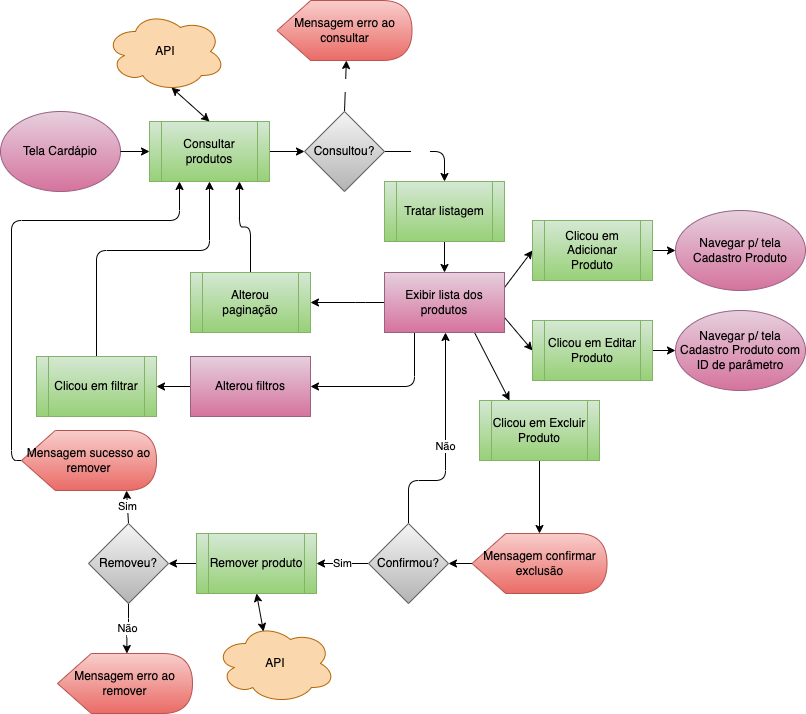
Earlier version of the draw.io export docs/fluxo-tela-gestor/produtos.png (ICEI-PUC-Minas-PMV-ADS/1999-burguer). Source tidied: cells renumbered, new cells last; positions are measured from the earlier drawing's top-left corner, leaving out a move shared by most shapes.
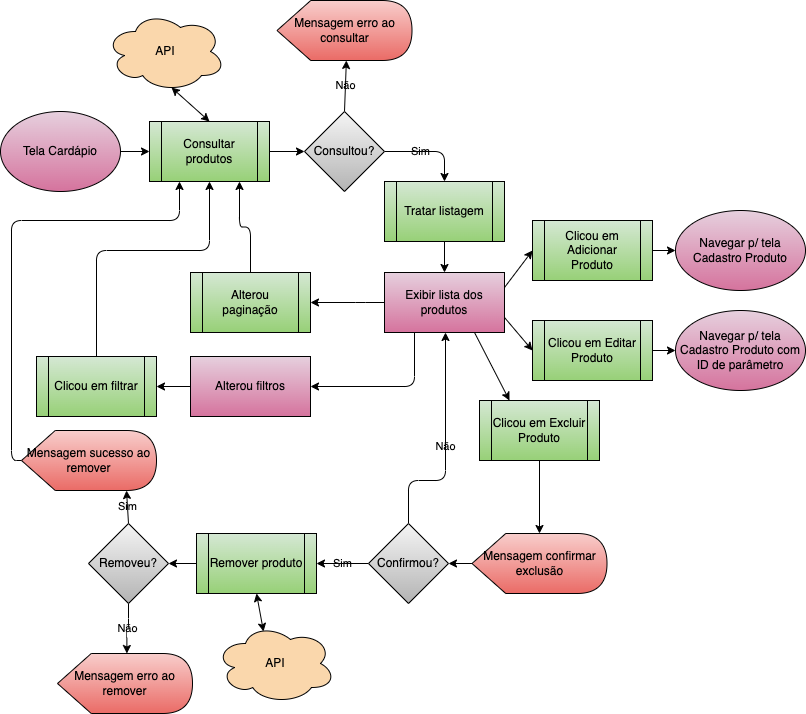
The same diagram one commit later.

Change to the diagram source:
```diff
@@ -1,2 +1,2 @@
-<mxGraphModel>
+<mxGraphModel background="#ffffff">
   <root>
@@ -4,36 +4,36 @@
     <mxCell id="1" parent="0" />
-    <mxCell id="2" value="Tela Cardápio" style="ellipse;whiteSpace=wrap;html=1;fillColor=#e6d0de;strokeColor=#996185;fontStyle=0;gradientColor=#d5739d;fontColor=#000000;" parent="1" vertex="1">
+    <mxCell id="2" value="Tela Cardápio" style="ellipse;whiteSpace=wrap;html=1;fillColor=#e6d0de;strokeColor=#000000;fontStyle=0;gradientColor=#d5739d;fontColor=#000000;" parent="1" vertex="1">
       <mxGeometry y="111" width="120" height="80" as="geometry" />
     </mxCell>
-    <mxCell id="3" style="edgeStyle=none;html=1;exitX=1;exitY=0.5;exitDx=0;exitDy=0;entryX=0;entryY=0.5;entryDx=0;entryDy=0;fontColor=#000000;" parent="1" edge="1" source="2" target="5">
+    <mxCell id="3" style="edgeStyle=none;html=1;exitX=1;exitY=0.5;exitDx=0;exitDy=0;entryX=0;entryY=0.5;entryDx=0;entryDy=0;fontColor=#000000;strokeColor=#000000;" parent="1" edge="1" source="2" target="5">
       <mxGeometry relative="1" as="geometry" />
     </mxCell>
-    <mxCell id="4" style="edgeStyle=none;html=1;entryX=0;entryY=0.5;entryDx=0;entryDy=0;fontColor=#000000;" parent="1" edge="1" source="5" target="8">
+    <mxCell id="4" style="edgeStyle=none;html=1;entryX=0;entryY=0.5;entryDx=0;entryDy=0;fontColor=#000000;strokeColor=#000000;" parent="1" edge="1" source="5" target="8">
       <mxGeometry relative="1" as="geometry" />
     </mxCell>
-    <mxCell id="5" value="Consultar produtos" style="shape=process;whiteSpace=wrap;html=1;backgroundOutline=1;fillColor=#d5e8d4;gradientColor=#97d077;strokeColor=#82b366;fontColor=#000000;" parent="1" vertex="1">
+    <mxCell id="5" value="Consultar produtos" style="shape=process;whiteSpace=wrap;html=1;backgroundOutline=1;fillColor=#d5e8d4;gradientColor=#97d077;strokeColor=#000000;fontColor=#000000;" parent="1" vertex="1">
       <mxGeometry x="149" y="121" width="120" height="60" as="geometry" />
     </mxCell>
-    <mxCell id="6" value="Sim" style="edgeStyle=orthogonalEdgeStyle;html=1;exitX=1;exitY=0.5;exitDx=0;exitDy=0;fontColor=#FFFFFF;entryX=0.5;entryY=0;entryDx=0;entryDy=0;" parent="1" edge="1" source="8" target="11">
+    <mxCell id="6" value="Sim" style="edgeStyle=orthogonalEdgeStyle;html=1;exitX=1;exitY=0.5;exitDx=0;exitDy=0;fontColor=#000000;entryX=0.5;entryY=0;entryDx=0;entryDy=0;strokeColor=#000000;labelBackgroundColor=none;" parent="1" edge="1" source="8" target="11">
       <mxGeometry x="-0.2" relative="1" as="geometry" />
     </mxCell>
-    <mxCell id="7" value="Não" style="edgeStyle=none;html=1;fontColor=#FFFFFF;exitX=0.5;exitY=0;exitDx=0;exitDy=0;entryX=0;entryY=0;entryDx=69.375;entryDy=60;entryPerimeter=0;" parent="1" edge="1" source="8" target="9">
+    <mxCell id="7" value="Não" style="edgeStyle=none;html=1;fontColor=#000000;exitX=0.5;exitY=0;exitDx=0;exitDy=0;entryX=0;entryY=0;entryDx=69.375;entryDy=60;entryPerimeter=0;strokeColor=#000000;labelBackgroundColor=none;" parent="1" edge="1" source="8" target="9">
       <mxGeometry relative="1" as="geometry" />
     </mxCell>
-    <mxCell id="8" value="Consultou?" style="rhombus;whiteSpace=wrap;html=1;fillColor=#f5f5f5;gradientColor=#b3b3b3;strokeColor=#666666;fontColor=#000000;" parent="1" vertex="1">
+    <mxCell id="8" value="Consultou?" style="rhombus;whiteSpace=wrap;html=1;fillColor=#f5f5f5;gradientColor=#b3b3b3;strokeColor=#000000;fontColor=#000000;" parent="1" vertex="1">
       <mxGeometry x="304" y="111" width="80" height="80" as="geometry" />
     </mxCell>
-    <mxCell id="9" value="Mensagem erro ao consultar" style="shape=display;whiteSpace=wrap;html=1;fillColor=#f8cecc;gradientColor=#ea6b66;strokeColor=#b85450;fontColor=#000000;" parent="1" vertex="1">
+    <mxCell id="9" value="Mensagem erro ao consultar" style="shape=display;whiteSpace=wrap;html=1;fillColor=#f8cecc;gradientColor=#ea6b66;strokeColor=#000000;fontColor=#000000;" parent="1" vertex="1">
       <mxGeometry x="276.5" width="135" height="60" as="geometry" />
     </mxCell>
-    <mxCell id="10" style="edgeStyle=none;html=1;exitX=0.5;exitY=1;exitDx=0;exitDy=0;entryX=0.5;entryY=0;entryDx=0;entryDy=0;" parent="1" edge="1" source="11" target="17">
+    <mxCell id="10" style="edgeStyle=none;html=1;exitX=0.5;exitY=1;exitDx=0;exitDy=0;entryX=0.5;entryY=0;entryDx=0;entryDy=0;strokeColor=#000000;" parent="1" edge="1" source="11" target="17">
       <mxGeometry relative="1" as="geometry" />
     </mxCell>
-    <mxCell id="11" value="Tratar listagem" style="shape=process;whiteSpace=wrap;html=1;backgroundOutline=1;fillColor=#d5e8d4;gradientColor=#97d077;strokeColor=#82b366;fontColor=#000000;" parent="1" vertex="1">
+    <mxCell id="11" value="Tratar listagem" style="shape=process;whiteSpace=wrap;html=1;backgroundOutline=1;fillColor=#d5e8d4;gradientColor=#97d077;strokeColor=#000000;fontColor=#000000;" parent="1" vertex="1">
       <mxGeometry x="384" y="181" width="120" height="60" as="geometry" />
     </mxCell>
-    <mxCell id="12" style="edgeStyle=orthogonalEdgeStyle;html=1;exitX=0.25;exitY=1;exitDx=0;exitDy=0;entryX=1;entryY=0.5;entryDx=0;entryDy=0;" parent="1" edge="1" source="17" target="20">
+    <mxCell id="12" style="edgeStyle=orthogonalEdgeStyle;html=1;exitX=0.25;exitY=1;exitDx=0;exitDy=0;entryX=1;entryY=0.5;entryDx=0;entryDy=0;strokeColor=#000000;" parent="1" edge="1" source="17" target="20">
       <mxGeometry relative="1" as="geometry" />
     </mxCell>
-    <mxCell id="13" style="edgeStyle=orthogonalEdgeStyle;html=1;exitX=0;exitY=0.5;exitDx=0;exitDy=0;entryX=1;entryY=0.5;entryDx=0;entryDy=0;startArrow=none;startFill=0;" parent="1" edge="1" source="17" target="26">
+    <mxCell id="13" style="edgeStyle=orthogonalEdgeStyle;html=1;exitX=0;exitY=0.5;exitDx=0;exitDy=0;entryX=1;entryY=0.5;entryDx=0;entryDy=0;startArrow=none;startFill=0;strokeColor=#000000;" parent="1" edge="1" source="17" target="26">
       <mxGeometry relative="1" as="geometry">
@@ -45,15 +45,15 @@
     </mxCell>
-    <mxCell id="14" style="edgeStyle=none;html=1;exitX=0.75;exitY=1;exitDx=0;exitDy=0;entryX=0.25;entryY=0;entryDx=0;entryDy=0;" parent="1" edge="1" source="17" target="28">
+    <mxCell id="14" style="edgeStyle=none;html=1;exitX=0.75;exitY=1;exitDx=0;exitDy=0;entryX=0.25;entryY=0;entryDx=0;entryDy=0;strokeColor=#000000;" parent="1" edge="1" source="17" target="28">
       <mxGeometry relative="1" as="geometry" />
     </mxCell>
-    <mxCell id="15" style="edgeStyle=none;html=1;exitX=1;exitY=0.25;exitDx=0;exitDy=0;entryX=0;entryY=0.5;entryDx=0;entryDy=0;" parent="1" edge="1" source="17" target="30">
+    <mxCell id="15" style="edgeStyle=none;html=1;exitX=1;exitY=0.25;exitDx=0;exitDy=0;entryX=0;entryY=0.5;entryDx=0;entryDy=0;strokeColor=#000000;" parent="1" edge="1" source="17" target="30">
       <mxGeometry relative="1" as="geometry" />
     </mxCell>
-    <mxCell id="16" style="edgeStyle=none;html=1;exitX=1;exitY=0.75;exitDx=0;exitDy=0;entryX=0;entryY=0.5;entryDx=0;entryDy=0;" parent="1" edge="1" source="17" target="32">
+    <mxCell id="16" style="edgeStyle=none;html=1;exitX=1;exitY=0.75;exitDx=0;exitDy=0;entryX=0;entryY=0.5;entryDx=0;entryDy=0;strokeColor=#000000;" parent="1" edge="1" source="17" target="32">
       <mxGeometry relative="1" as="geometry" />
     </mxCell>
-    <mxCell id="17" value="Exibir lista dos produtos" style="whiteSpace=wrap;html=1;fillColor=#e6d0de;strokeColor=#996185;fontColor=#000000;fontStyle=0;gradientColor=#d5739d;" parent="1" vertex="1">
+    <mxCell id="17" value="Exibir lista dos produtos" style="whiteSpace=wrap;html=1;fillColor=#e6d0de;strokeColor=#000000;fontColor=#000000;fontStyle=0;gradientColor=#d5739d;" parent="1" vertex="1">
       <mxGeometry x="384" y="272" width="120" height="60" as="geometry" />
     </mxCell>
-    <mxCell id="18" style="edgeStyle=none;html=1;exitX=0;exitY=0.5;exitDx=0;exitDy=0;entryX=1;entryY=0.5;entryDx=0;entryDy=0;startArrow=none;startFill=0;" parent="1" edge="1">
+    <mxCell id="18" style="edgeStyle=none;html=1;exitX=0;exitY=0.5;exitDx=0;exitDy=0;entryX=1;entryY=0.5;entryDx=0;entryDy=0;startArrow=none;startFill=0;strokeColor=#000000;" parent="1" edge="1">
       <mxGeometry relative="1" as="geometry">
@@ -63,9 +63,9 @@
     </mxCell>
-    <mxCell id="19" style="edgeStyle=none;html=1;" parent="1" edge="1" source="20" target="22">
+    <mxCell id="19" style="edgeStyle=none;html=1;strokeColor=#000000;" parent="1" edge="1" source="20" target="22">
       <mxGeometry relative="1" as="geometry" />
     </mxCell>
-    <mxCell id="20" value="Alterou filtros" style="whiteSpace=wrap;html=1;fillColor=#e6d0de;strokeColor=#996185;fontColor=#000000;fontStyle=0;gradientColor=#d5739d;" parent="1" vertex="1">
+    <mxCell id="20" value="Alterou filtros" style="whiteSpace=wrap;html=1;fillColor=#e6d0de;strokeColor=#000000;fontColor=#000000;fontStyle=0;gradientColor=#d5739d;" parent="1" vertex="1">
       <mxGeometry x="190" y="356" width="120" height="60" as="geometry" />
     </mxCell>
-    <mxCell id="21" style="edgeStyle=orthogonalEdgeStyle;html=1;exitX=0.5;exitY=0;exitDx=0;exitDy=0;entryX=0.5;entryY=1;entryDx=0;entryDy=0;startArrow=none;startFill=0;" parent="1" edge="1" source="22" target="5">
+    <mxCell id="21" style="edgeStyle=orthogonalEdgeStyle;html=1;exitX=0.5;exitY=0;exitDx=0;exitDy=0;entryX=0.5;entryY=1;entryDx=0;entryDy=0;startArrow=none;startFill=0;strokeColor=#000000;" parent="1" edge="1" source="22" target="5">
       <mxGeometry relative="1" as="geometry">
@@ -77,51 +77,51 @@
     </mxCell>
-    <mxCell id="22" value="Clicou em filtrar" style="shape=process;whiteSpace=wrap;html=1;backgroundOutline=1;fillColor=#d5e8d4;gradientColor=#97d077;strokeColor=#82b366;fontColor=#000000;" parent="1" vertex="1">
+    <mxCell id="22" value="Clicou em filtrar" style="shape=process;whiteSpace=wrap;html=1;backgroundOutline=1;fillColor=#d5e8d4;gradientColor=#97d077;strokeColor=#000000;fontColor=#000000;" parent="1" vertex="1">
       <mxGeometry x="36" y="356" width="120" height="60" as="geometry" />
     </mxCell>
-    <mxCell id="23" style="edgeStyle=none;html=1;exitX=0.55;exitY=0.95;exitDx=0;exitDy=0;exitPerimeter=0;entryX=0.5;entryY=0;entryDx=0;entryDy=0;startArrow=classic;startFill=1;" parent="1" edge="1" source="24" target="5">
+    <mxCell id="23" style="edgeStyle=none;html=1;exitX=0.55;exitY=0.95;exitDx=0;exitDy=0;exitPerimeter=0;entryX=0.5;entryY=0;entryDx=0;entryDy=0;startArrow=classic;startFill=1;strokeColor=#000000;" parent="1" edge="1" source="24" target="5">
       <mxGeometry relative="1" as="geometry" />
     </mxCell>
-    <mxCell id="24" value="API" style="ellipse;shape=cloud;whiteSpace=wrap;html=1;fillColor=#fad7ac;strokeColor=#b46504;fontColor=#000000;" parent="1" vertex="1">
+    <mxCell id="24" value="API" style="ellipse;shape=cloud;whiteSpace=wrap;html=1;fillColor=#fad7ac;strokeColor=#000000;fontColor=#000000;" parent="1" vertex="1">
       <mxGeometry x="105" y="11" width="120" height="80" as="geometry" />
     </mxCell>
-    <mxCell id="25" style="edgeStyle=orthogonalEdgeStyle;html=1;exitX=0.5;exitY=0;exitDx=0;exitDy=0;entryX=0.75;entryY=1;entryDx=0;entryDy=0;startArrow=none;startFill=0;" parent="1" edge="1" source="26" target="5">
+    <mxCell id="25" style="edgeStyle=orthogonalEdgeStyle;html=1;exitX=0.5;exitY=0;exitDx=0;exitDy=0;entryX=0.75;entryY=1;entryDx=0;entryDy=0;startArrow=none;startFill=0;strokeColor=#000000;" parent="1" edge="1" source="26" target="5">
       <mxGeometry relative="1" as="geometry" />
     </mxCell>
-    <mxCell id="26" value="Alterou paginação" style="shape=process;whiteSpace=wrap;html=1;backgroundOutline=1;fillColor=#d5e8d4;gradientColor=#97d077;strokeColor=#82b366;fontColor=#000000;" parent="1" vertex="1">
+    <mxCell id="26" value="Alterou paginação" style="shape=process;whiteSpace=wrap;html=1;backgroundOutline=1;fillColor=#d5e8d4;gradientColor=#97d077;strokeColor=#000000;fontColor=#000000;" parent="1" vertex="1">
       <mxGeometry x="190" y="272" width="120" height="60" as="geometry" />
     </mxCell>
-    <mxCell id="27" style="edgeStyle=none;html=1;exitX=0.5;exitY=1;exitDx=0;exitDy=0;" parent="1" edge="1" source="28" target="36">
+    <mxCell id="27" style="edgeStyle=none;html=1;exitX=0.5;exitY=1;exitDx=0;exitDy=0;strokeColor=#000000;" parent="1" edge="1" source="28" target="36">
       <mxGeometry relative="1" as="geometry" />
     </mxCell>
-    <mxCell id="28" value="Clicou em Excluir Produto" style="shape=process;whiteSpace=wrap;html=1;backgroundOutline=1;fillColor=#d5e8d4;gradientColor=#97d077;strokeColor=#82b366;fontColor=#000000;" parent="1" vertex="1">
+    <mxCell id="28" value="Clicou em Excluir Produto" style="shape=process;whiteSpace=wrap;html=1;backgroundOutline=1;fillColor=#d5e8d4;gradientColor=#97d077;strokeColor=#000000;fontColor=#000000;" parent="1" vertex="1">
       <mxGeometry x="479" y="400" width="120" height="60" as="geometry" />
     </mxCell>
-    <mxCell id="29" style="edgeStyle=none;html=1;exitX=1;exitY=0.5;exitDx=0;exitDy=0;entryX=0;entryY=0.5;entryDx=0;entryDy=0;" parent="1" edge="1" source="30" target="33">
+    <mxCell id="29" style="edgeStyle=none;html=1;exitX=1;exitY=0.5;exitDx=0;exitDy=0;entryX=0;entryY=0.5;entryDx=0;entryDy=0;strokeColor=#000000;" parent="1" edge="1" source="30" target="33">
       <mxGeometry relative="1" as="geometry" />
     </mxCell>
-    <mxCell id="30" value="Clicou em Adicionar Produto" style="shape=process;whiteSpace=wrap;html=1;backgroundOutline=1;fillColor=#d5e8d4;gradientColor=#97d077;strokeColor=#82b366;fontColor=#000000;" parent="1" vertex="1">
+    <mxCell id="30" value="Clicou em Adicionar Produto" style="shape=process;whiteSpace=wrap;html=1;backgroundOutline=1;fillColor=#d5e8d4;gradientColor=#97d077;strokeColor=#000000;fontColor=#000000;" parent="1" vertex="1">
       <mxGeometry x="532" y="220" width="120" height="60" as="geometry" />
     </mxCell>
-    <mxCell id="31" style="edgeStyle=none;html=1;exitX=1;exitY=0.5;exitDx=0;exitDy=0;entryX=0;entryY=0.5;entryDx=0;entryDy=0;" parent="1" edge="1" source="32" target="34">
+    <mxCell id="31" style="edgeStyle=none;html=1;exitX=1;exitY=0.5;exitDx=0;exitDy=0;entryX=0;entryY=0.5;entryDx=0;entryDy=0;strokeColor=#000000;" parent="1" edge="1" source="32" target="34">
       <mxGeometry relative="1" as="geometry" />
     </mxCell>
-    <mxCell id="32" value="Clicou em Editar Produto" style="shape=process;whiteSpace=wrap;html=1;backgroundOutline=1;fillColor=#d5e8d4;gradientColor=#97d077;strokeColor=#82b366;fontColor=#000000;" parent="1" vertex="1">
+    <mxCell id="32" value="Clicou em Editar Produto" style="shape=process;whiteSpace=wrap;html=1;backgroundOutline=1;fillColor=#d5e8d4;gradientColor=#97d077;strokeColor=#000000;fontColor=#000000;" parent="1" vertex="1">
       <mxGeometry x="532" y="320" width="120" height="60" as="geometry" />
     </mxCell>
-    <mxCell id="33" value="Navegar p/ tela&lt;br&gt;Cadastro Produto" style="ellipse;whiteSpace=wrap;html=1;fillColor=#e6d0de;strokeColor=#996185;gradientColor=#d5739d;fontColor=#000000;" parent="1" vertex="1">
+    <mxCell id="33" value="Navegar p/ tela&lt;br&gt;Cadastro Produto" style="ellipse;whiteSpace=wrap;html=1;fillColor=#e6d0de;strokeColor=#000000;gradientColor=#d5739d;fontColor=#000000;" parent="1" vertex="1">
       <mxGeometry x="675" y="210" width="130" height="80" as="geometry" />
     </mxCell>
-    <mxCell id="34" value="Navegar p/ tela&lt;br&gt;Cadastro Produto com ID de parâmetro" style="ellipse;whiteSpace=wrap;html=1;fillColor=#e6d0de;strokeColor=#996185;gradientColor=#d5739d;fontColor=#000000;" parent="1" vertex="1">
+    <mxCell id="34" value="Navegar p/ tela&lt;br&gt;Cadastro Produto com ID de parâmetro" style="ellipse;whiteSpace=wrap;html=1;fillColor=#e6d0de;strokeColor=#000000;gradientColor=#d5739d;fontColor=#000000;" parent="1" vertex="1">
       <mxGeometry x="675" y="310" width="130" height="80" as="geometry" />
     </mxCell>
-    <mxCell id="35" style="edgeStyle=none;html=1;exitX=0;exitY=0.5;exitDx=0;exitDy=0;exitPerimeter=0;entryX=1;entryY=0.5;entryDx=0;entryDy=0;" parent="1" edge="1" source="36" target="39">
+    <mxCell id="35" style="edgeStyle=none;html=1;exitX=0;exitY=0.5;exitDx=0;exitDy=0;exitPerimeter=0;entryX=1;entryY=0.5;entryDx=0;entryDy=0;strokeColor=#000000;" parent="1" edge="1" source="36" target="39">
       <mxGeometry relative="1" as="geometry" />
     </mxCell>
-    <mxCell id="36" value="Mensagem confirmar exclusão" style="shape=display;whiteSpace=wrap;html=1;fillColor=#f8cecc;gradientColor=#ea6b66;strokeColor=#b85450;fontColor=#000000;" parent="1" vertex="1">
+    <mxCell id="36" value="Mensagem confirmar exclusão" style="shape=display;whiteSpace=wrap;html=1;fillColor=#f8cecc;gradientColor=#ea6b66;strokeColor=#000000;fontColor=#000000;" parent="1" vertex="1">
       <mxGeometry x="471.5" y="533" width="135" height="60" as="geometry" />
     </mxCell>
-    <mxCell id="37" value="Sim" style="edgeStyle=none;html=1;exitX=0;exitY=0.5;exitDx=0;exitDy=0;entryX=1;entryY=0.5;entryDx=0;entryDy=0;" parent="1" edge="1" source="39" target="43">
+    <mxCell id="37" value="Sim" style="edgeStyle=none;html=1;exitX=0;exitY=0.5;exitDx=0;exitDy=0;entryX=1;entryY=0.5;entryDx=0;entryDy=0;strokeColor=#000000;labelBackgroundColor=none;fontColor=#000000;" parent="1" edge="1" source="39" target="43">
       <mxGeometry x="0.02" relative="1" as="geometry" />
     </mxCell>
-    <mxCell id="38" value="Não" style="edgeStyle=orthogonalEdgeStyle;html=1;exitX=0.5;exitY=0;exitDx=0;exitDy=0;entryX=0.5;entryY=1;entryDx=0;entryDy=0;" parent="1" edge="1" source="39">
+    <mxCell id="38" value="Não" style="edgeStyle=orthogonalEdgeStyle;html=1;exitX=0.5;exitY=0;exitDx=0;exitDy=0;entryX=0.5;entryY=1;entryDx=0;entryDy=0;strokeColor=#000000;labelBackgroundColor=none;fontColor=#000000;" parent="1" edge="1" source="39">
       <mxGeometry relative="1" as="geometry">
@@ -134,30 +134,30 @@
     </mxCell>
-    <mxCell id="39" value="Confirmou?" style="rhombus;whiteSpace=wrap;html=1;fillColor=#f5f5f5;gradientColor=#b3b3b3;strokeColor=#666666;fontColor=#000000;" parent="1" vertex="1">
+    <mxCell id="39" value="Confirmou?" style="rhombus;whiteSpace=wrap;html=1;fillColor=#f5f5f5;gradientColor=#b3b3b3;strokeColor=#000000;fontColor=#000000;" parent="1" vertex="1">
       <mxGeometry x="368" y="523" width="80" height="80" as="geometry" />
     </mxCell>
-    <mxCell id="40" value="API" style="ellipse;shape=cloud;whiteSpace=wrap;html=1;fillColor=#fad7ac;strokeColor=#b46504;fontColor=#000000;" parent="1" vertex="1">
+    <mxCell id="40" value="API" style="ellipse;shape=cloud;whiteSpace=wrap;html=1;fillColor=#fad7ac;strokeColor=#000000;fontColor=#000000;" parent="1" vertex="1">
       <mxGeometry x="215" y="623" width="120" height="80" as="geometry" />
     </mxCell>
-    <mxCell id="41" style="edgeStyle=none;html=1;exitX=0.5;exitY=1;exitDx=0;exitDy=0;entryX=0.4;entryY=0.1;entryDx=0;entryDy=0;entryPerimeter=0;startArrow=classic;startFill=1;" parent="1" edge="1" source="43" target="40">
+    <mxCell id="41" style="edgeStyle=none;html=1;exitX=0.5;exitY=1;exitDx=0;exitDy=0;entryX=0.4;entryY=0.1;entryDx=0;entryDy=0;entryPerimeter=0;startArrow=classic;startFill=1;strokeColor=#000000;" parent="1" edge="1" source="43" target="40">
       <mxGeometry relative="1" as="geometry" />
     </mxCell>
-    <mxCell id="42" style="edgeStyle=none;html=1;startArrow=none;startFill=0;entryX=1;entryY=0.5;entryDx=0;entryDy=0;exitX=0;exitY=0.5;exitDx=0;exitDy=0;" parent="1" edge="1" source="43" target="46">
+    <mxCell id="42" style="edgeStyle=none;html=1;startArrow=none;startFill=0;entryX=1;entryY=0.5;entryDx=0;entryDy=0;exitX=0;exitY=0.5;exitDx=0;exitDy=0;strokeColor=#000000;" parent="1" edge="1" source="43" target="46">
       <mxGeometry relative="1" as="geometry" />
     </mxCell>
-    <mxCell id="43" value="Remover produto" style="shape=process;whiteSpace=wrap;html=1;backgroundOutline=1;fillColor=#d5e8d4;gradientColor=#97d077;strokeColor=#82b366;fontColor=#000000;" parent="1" vertex="1">
+    <mxCell id="43" value="Remover produto" style="shape=process;whiteSpace=wrap;html=1;backgroundOutline=1;fillColor=#d5e8d4;gradientColor=#97d077;strokeColor=#000000;fontColor=#000000;" parent="1" vertex="1">
       <mxGeometry x="196" y="533" width="120" height="60" as="geometry" />
     </mxCell>
-    <mxCell id="44" value="Não" style="edgeStyle=orthogonalEdgeStyle;html=1;exitX=0.5;exitY=1;exitDx=0;exitDy=0;startArrow=none;startFill=0;entryX=0;entryY=0;entryDx=69.375;entryDy=0;entryPerimeter=0;" parent="1" edge="1" source="46" target="47">
+    <mxCell id="44" value="Não" style="edgeStyle=orthogonalEdgeStyle;html=1;exitX=0.5;exitY=1;exitDx=0;exitDy=0;startArrow=none;startFill=0;entryX=0;entryY=0;entryDx=69.375;entryDy=0;entryPerimeter=0;strokeColor=#000000;labelBackgroundColor=none;fontColor=#000000;" parent="1" edge="1" source="46" target="47">
       <mxGeometry relative="1" as="geometry" />
     </mxCell>
-    <mxCell id="45" value="Sim" style="edgeStyle=none;html=1;exitX=0.5;exitY=0;exitDx=0;exitDy=0;entryX=0;entryY=0;entryDx=105;entryDy=60;entryPerimeter=0;" parent="1" edge="1" source="46" target="49">
+    <mxCell id="45" value="Sim" style="edgeStyle=none;html=1;exitX=0.5;exitY=0;exitDx=0;exitDy=0;entryX=0;entryY=0;entryDx=105;entryDy=60;entryPerimeter=0;strokeColor=#000000;labelBackgroundColor=none;fontColor=#000000;" parent="1" edge="1" source="46" target="49">
       <mxGeometry relative="1" as="geometry" />
     </mxCell>
-    <mxCell id="46" value="Removeu?" style="rhombus;whiteSpace=wrap;html=1;fillColor=#f5f5f5;gradientColor=#b3b3b3;strokeColor=#666666;fontColor=#000000;" parent="1" vertex="1">
+    <mxCell id="46" value="Removeu?" style="rhombus;whiteSpace=wrap;html=1;fillColor=#f5f5f5;gradientColor=#b3b3b3;strokeColor=#000000;fontColor=#000000;" parent="1" vertex="1">
       <mxGeometry x="88" y="523" width="80" height="80" as="geometry" />
     </mxCell>
-    <mxCell id="47" value="Mensagem erro ao remover" style="shape=display;whiteSpace=wrap;html=1;fillColor=#f8cecc;gradientColor=#ea6b66;strokeColor=#b85450;fontColor=#000000;" parent="1" vertex="1">
+    <mxCell id="47" value="Mensagem erro ao remover" style="shape=display;whiteSpace=wrap;html=1;fillColor=#f8cecc;gradientColor=#ea6b66;strokeColor=#000000;fontColor=#000000;" parent="1" vertex="1">
       <mxGeometry x="57" y="653" width="135" height="60" as="geometry" />
     </mxCell>
-    <mxCell id="48" style="edgeStyle=orthogonalEdgeStyle;html=1;exitX=0;exitY=0.5;exitDx=0;exitDy=0;exitPerimeter=0;entryX=0.25;entryY=1;entryDx=0;entryDy=0;" parent="1" edge="1" source="49" target="5">
+    <mxCell id="48" style="edgeStyle=orthogonalEdgeStyle;html=1;exitX=0;exitY=0.5;exitDx=0;exitDy=0;exitPerimeter=0;entryX=0.25;entryY=1;entryDx=0;entryDy=0;strokeColor=#000000;" parent="1" edge="1" source="49" target="5">
       <mxGeometry relative="1" as="geometry">
@@ -170,3 +170,3 @@
     </mxCell>
-    <mxCell id="49" value="Mensagem sucesso ao remover" style="shape=display;whiteSpace=wrap;html=1;fillColor=#f8cecc;gradientColor=#ea6b66;strokeColor=#b85450;fontColor=#000000;" parent="1" vertex="1">
+    <mxCell id="49" value="Mensagem sucesso ao remover" style="shape=display;whiteSpace=wrap;html=1;fillColor=#f8cecc;gradientColor=#ea6b66;strokeColor=#000000;fontColor=#000000;" parent="1" vertex="1">
       <mxGeometry x="21" y="430" width="135" height="60" as="geometry" />
```
